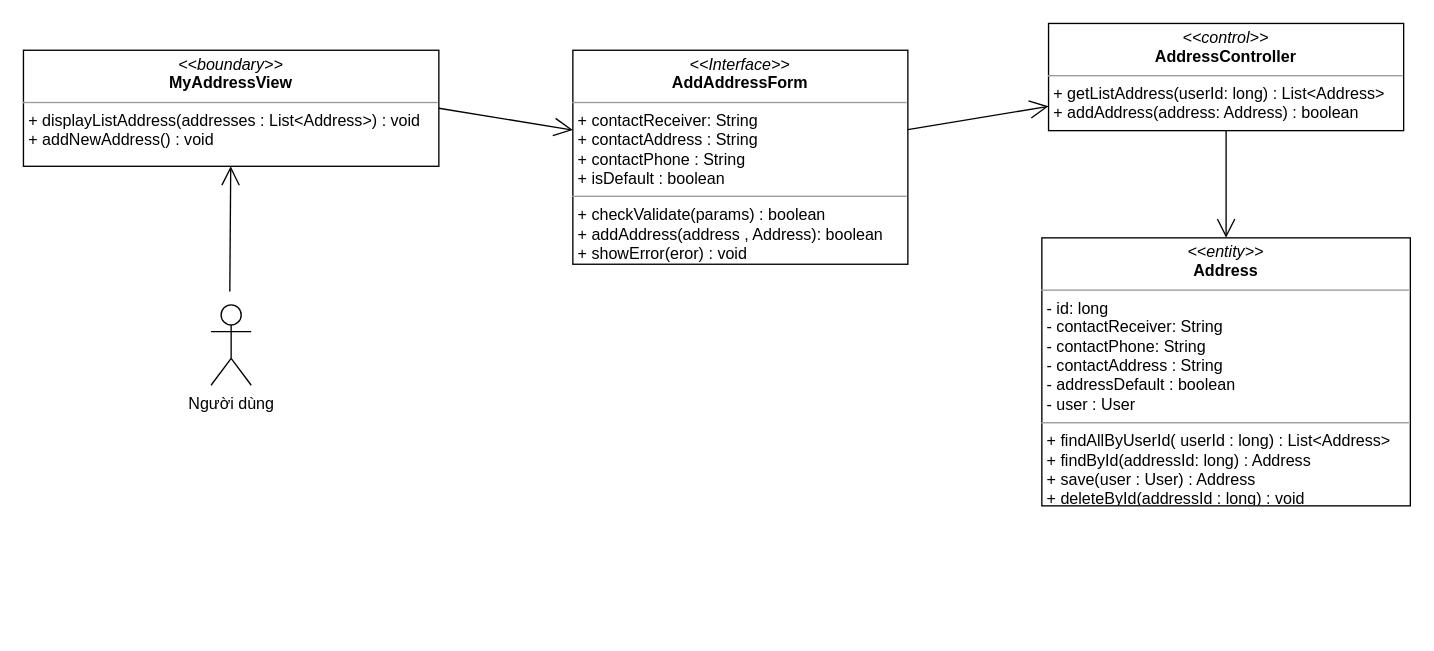
Above: class diagram/add-address-class-diagram.drawio in nguyenphamvan/datn_20202 (draw.io), before the change. Source tidied: cells renumbered, new cells numbered last; positions are measured from the earlier drawing's top-left corner, leaving out a move shared by most shapes. Both pictures are drawn from the tidied source at 134%, with x=0, y=0 at pixel (23, 23).
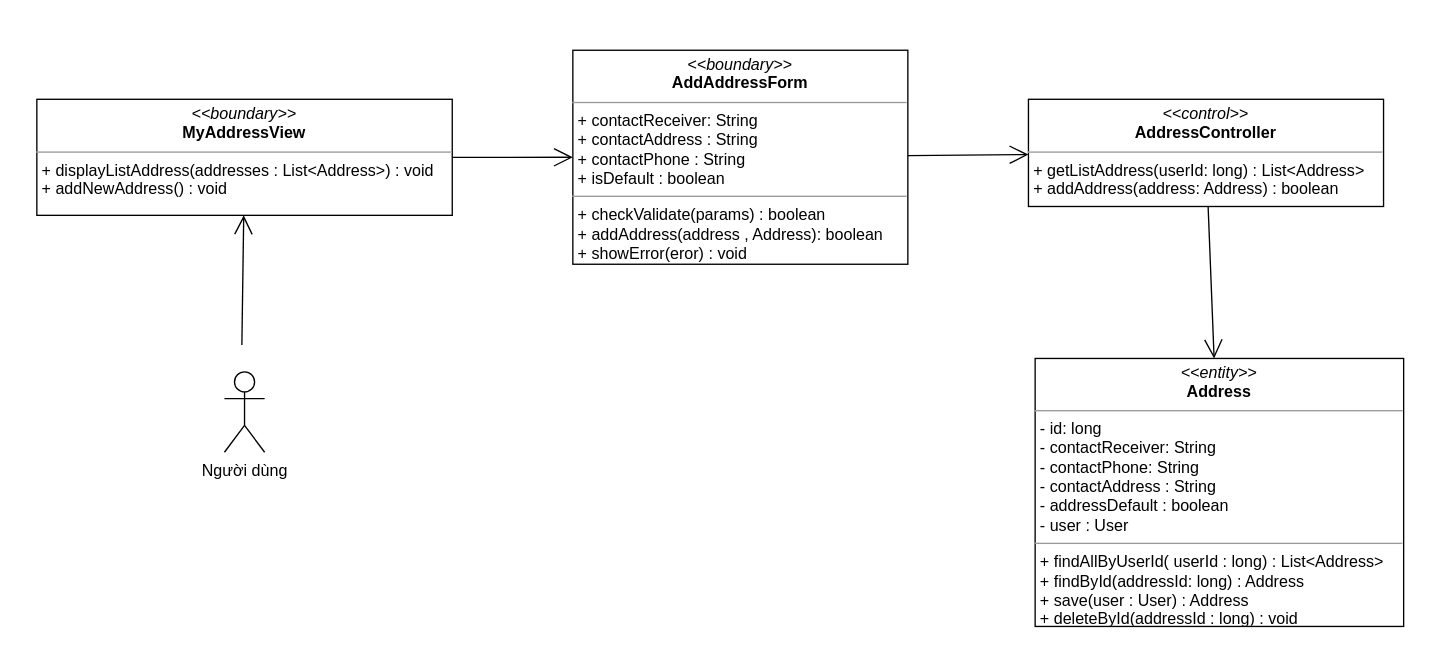
The same diagram, later.

The edit, as a diff of the source:
```diff
@@
 <mxGraphModel>
   <root>
     <mxCell id="0" />
     <mxCell id="1" parent="0" />
     <mxCell id="2" value="&lt;p style=&quot;margin: 0px ; margin-top: 4px ; text-align: center&quot;&gt;&lt;i&gt;&amp;lt;&amp;lt;boundary&amp;gt;&amp;gt;&lt;/i&gt;&lt;br&gt;&lt;b&gt;MyAddressView&lt;/b&gt;&lt;/p&gt;&lt;hr size=&quot;1&quot;&gt;&lt;p style=&quot;margin: 0px ; margin-left: 4px&quot;&gt;&lt;span&gt;+ displayListAddress(addresses : List&amp;lt;Address&amp;gt;) : void&lt;/span&gt;&lt;/p&gt;&lt;p style=&quot;margin: 0px 0px 0px 4px&quot;&gt;+ addNewAddress() : void&lt;/p&gt;" style="verticalAlign=top;align=left;overflow=fill;fontSize=12;fontFamily=Helvetica;html=1;" parent="1" vertex="1">
-      <mxGeometry y="20" width="310" height="86.6" as="geometry" />
+      <mxGeometry x="10" y="56.6" width="310" height="86.6" as="geometry" />
     </mxCell>
     <mxCell id="3" style="endArrow=open;endFill=1;endSize=12;html=1;exitX=1;exitY=0.5;exitDx=0;exitDy=0;" parent="1" edge="1" source="2" target="7">
       <mxGeometry relative="1" as="geometry" />
     </mxCell>
     <mxCell id="4" value="&lt;p style=&quot;margin: 0px ; margin-top: 4px ; text-align: center&quot;&gt;&lt;i&gt;&amp;lt;&amp;lt;entity&amp;gt;&amp;gt;&lt;/i&gt;&lt;br&gt;&lt;b&gt;Address&lt;/b&gt;&lt;/p&gt;&lt;hr size=&quot;1&quot;&gt;&lt;p style=&quot;margin: 0px ; margin-left: 4px&quot;&gt;- id: long&lt;/p&gt;&lt;p style=&quot;margin: 0px ; margin-left: 4px&quot;&gt;- contactReceiver: String&lt;br&gt;- contactPhone: String&lt;/p&gt;&lt;p style=&quot;margin: 0px ; margin-left: 4px&quot;&gt;- contactAddress : String&lt;/p&gt;&lt;p style=&quot;margin: 0px ; margin-left: 4px&quot;&gt;- addressDefault : boolean&lt;/p&gt;&lt;p style=&quot;margin: 0px ; margin-left: 4px&quot;&gt;- user : User&lt;/p&gt;&lt;hr size=&quot;1&quot;&gt;&lt;p style=&quot;margin: 0px 0px 0px 4px&quot;&gt;+ findAllByUserId( userId : long) : List&amp;lt;Address&amp;gt;&lt;/p&gt;&lt;p style=&quot;margin: 0px 0px 0px 4px&quot;&gt;+ findById(addressId: long) : Address&lt;/p&gt;&lt;p style=&quot;margin: 0px 0px 0px 4px&quot;&gt;+ save(user : User) : Address&lt;/p&gt;&lt;p style=&quot;margin: 0px 0px 0px 4px&quot;&gt;+ deleteById(addressId : long) : void&lt;/p&gt;" style="verticalAlign=top;align=left;overflow=fill;fontSize=12;fontFamily=Helvetica;html=1;" parent="1" vertex="1">
-      <mxGeometry x="760" y="160" width="275" height="200" as="geometry" />
+      <mxGeometry x="755" y="250" width="275" height="200" as="geometry" />
     </mxCell>
     <mxCell id="5" value="&lt;p style=&quot;margin: 0px ; margin-top: 4px ; text-align: center&quot;&gt;&lt;i&gt;&amp;lt;&amp;lt;control&amp;gt;&amp;gt;&lt;/i&gt;&lt;br&gt;&lt;b&gt;AddressController&lt;/b&gt;&lt;/p&gt;&lt;hr size=&quot;1&quot;&gt;&lt;p style=&quot;margin: 0px 0px 0px 4px&quot;&gt;+ getListAddress(userId: long) : List&amp;lt;Address&amp;gt;&lt;/p&gt;&lt;p style=&quot;margin: 0px 0px 0px 4px&quot;&gt;+ addAddress(address: Address) : boolean&lt;/p&gt;" style="verticalAlign=top;align=left;overflow=fill;fontSize=12;fontFamily=Helvetica;html=1;" parent="1" vertex="1">
-      <mxGeometry x="765" width="265" height="80" as="geometry" />
+      <mxGeometry x="750" y="56.6" width="265" height="80" as="geometry" />
     </mxCell>
     <mxCell id="6" style="endArrow=open;endFill=1;endSize=12;html=1;" parent="1" edge="1" source="5" target="4">
       <mxGeometry relative="1" as="geometry" />
     </mxCell>
-    <mxCell id="7" value="&lt;p style=&quot;margin: 0px ; margin-top: 4px ; text-align: center&quot;&gt;&lt;i&gt;&amp;lt;&amp;lt;Interface&amp;gt;&amp;gt;&lt;/i&gt;&lt;br&gt;&lt;b&gt;AddAddressForm&lt;/b&gt;&lt;/p&gt;&lt;hr size=&quot;1&quot;&gt;&lt;p style=&quot;margin: 0px ; margin-left: 4px&quot;&gt;+ contactReceiver: String&lt;br&gt;+ contactAddress : String&lt;/p&gt;&lt;p style=&quot;margin: 0px ; margin-left: 4px&quot;&gt;+ contactPhone : String&lt;/p&gt;&lt;p style=&quot;margin: 0px ; margin-left: 4px&quot;&gt;+ isDefault : boolean&lt;/p&gt;&lt;hr size=&quot;1&quot;&gt;&lt;p style=&quot;margin: 0px ; margin-left: 4px&quot;&gt;+ checkValidate(params) : boolean&lt;br&gt;+ addAddress(address , Address): boolean&lt;/p&gt;&lt;p style=&quot;margin: 0px ; margin-left: 4px&quot;&gt;+ showError(eror) : void&lt;/p&gt;" style="verticalAlign=top;align=left;overflow=fill;fontSize=12;fontFamily=Helvetica;html=1;" parent="1" vertex="1">
+    <mxCell id="7" value="&lt;p style=&quot;margin: 0px ; margin-top: 4px ; text-align: center&quot;&gt;&lt;i&gt;&amp;lt;&amp;lt;boundary&amp;gt;&amp;gt;&lt;/i&gt;&lt;br&gt;&lt;b&gt;AddAddressForm&lt;/b&gt;&lt;/p&gt;&lt;hr size=&quot;1&quot;&gt;&lt;p style=&quot;margin: 0px ; margin-left: 4px&quot;&gt;+ contactReceiver: String&lt;br&gt;+ contactAddress : String&lt;/p&gt;&lt;p style=&quot;margin: 0px ; margin-left: 4px&quot;&gt;+ contactPhone : String&lt;/p&gt;&lt;p style=&quot;margin: 0px ; margin-left: 4px&quot;&gt;+ isDefault : boolean&lt;/p&gt;&lt;hr size=&quot;1&quot;&gt;&lt;p style=&quot;margin: 0px ; margin-left: 4px&quot;&gt;+ checkValidate(params) : boolean&lt;br&gt;+ addAddress(address , Address): boolean&lt;/p&gt;&lt;p style=&quot;margin: 0px ; margin-left: 4px&quot;&gt;+ showError(eror) : void&lt;/p&gt;" style="verticalAlign=top;align=left;overflow=fill;fontSize=12;fontFamily=Helvetica;html=1;" parent="1" vertex="1">
       <mxGeometry x="410" y="20" width="250" height="159.7" as="geometry" />
     </mxCell>
     <mxCell id="8" style="endArrow=open;endFill=1;endSize=12;html=1;" parent="1" edge="1" source="7" target="5">
       <mxGeometry relative="1" as="geometry" />
     </mxCell>
     <mxCell id="9" value="Người dùng" style="shape=umlActor;verticalLabelPosition=bottom;verticalAlign=top;html=1;" parent="1" vertex="1">
-      <mxGeometry x="140" y="210" width="30" height="60" as="geometry" />
+      <mxGeometry x="150" y="260" width="30" height="60" as="geometry" />
     </mxCell>
     <mxCell id="10" style="endArrow=open;endFill=1;endSize=12;html=1;" parent="1" edge="1" target="2">
       <mxGeometry relative="1" as="geometry">
-        <mxPoint x="154" y="200" as="sourcePoint" />
+        <mxPoint x="163" y="240" as="sourcePoint" />
       </mxGeometry>
     </mxCell>
   </root>
 </mxGraphModel>
```
